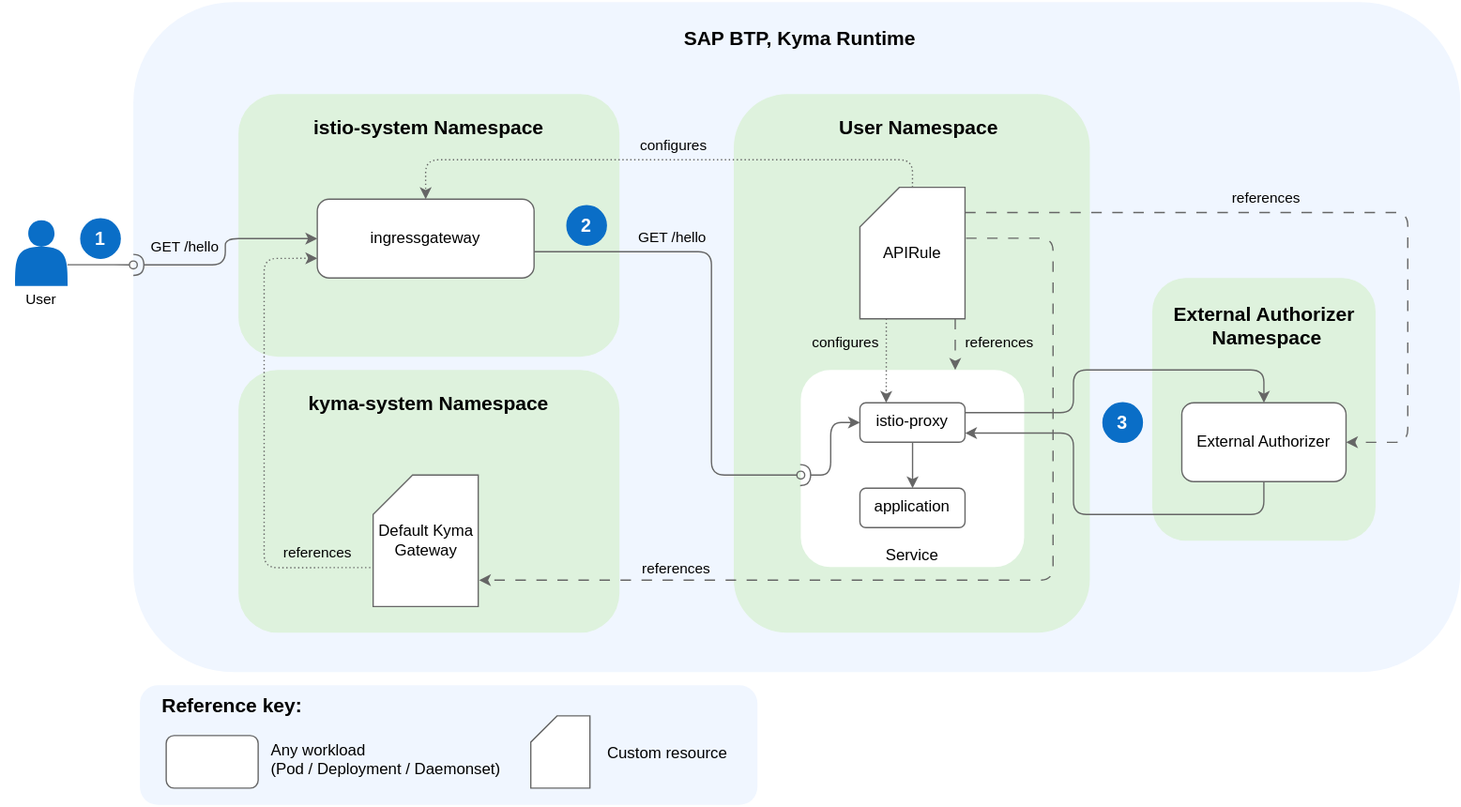
The draw.io diagram docs/assets/APIRules-extauth.drawio.svg in kyma-project/api-gateway, before a commit. Source tidied: cells renumbered, new cells last; positions are measured from the earlier drawing's top-left corner, leaving out a move shared by most shapes.
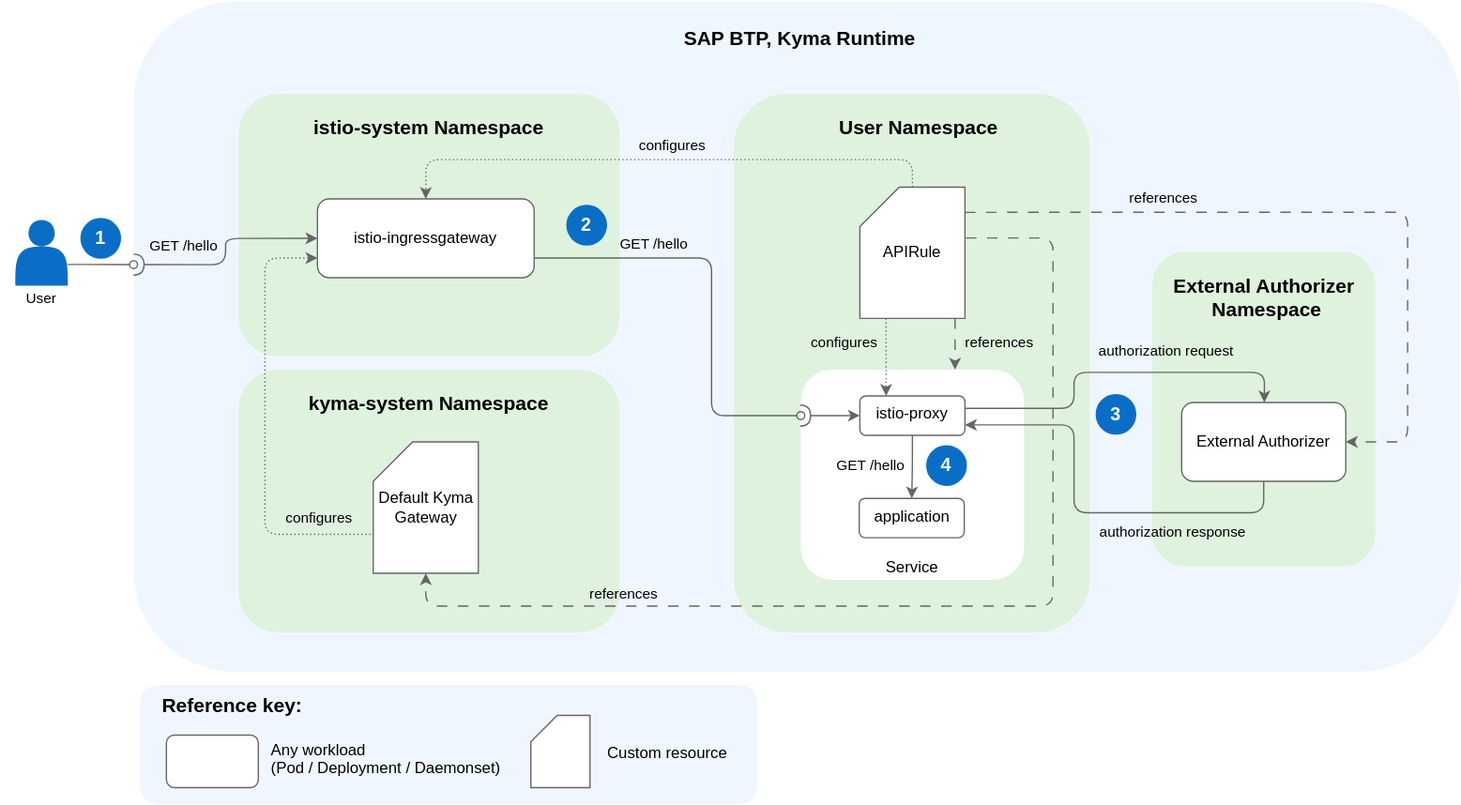
Later version of the same file.

Change to the diagram source:
```diff
@@ -33,14 +33,14 @@
     <mxCell id="8" value="&lt;font&gt;User&lt;/font&gt;" style="text;html=1;whiteSpace=wrap;strokeColor=none;fillColor=none;align=center;verticalAlign=middle;rounded=0;fontSize=11;" parent="1" vertex="1">
       <mxGeometry y="211" width="60" height="30" as="geometry" />
     </mxCell>
-    <mxCell id="9" value="ingressgateway" style="rounded=1;whiteSpace=wrap;html=1;strokeColor=#666666;" parent="1" vertex="1">
+    <mxCell id="9" value="istio-ingressgateway" style="rounded=1;whiteSpace=wrap;html=1;strokeColor=#666666;" parent="1" vertex="1">
       <mxGeometry x="240" y="150" width="165" height="60" as="geometry" />
     </mxCell>
     <mxCell id="10" style="rounded=1;whiteSpace=wrap;html=1;fillColor=#DEF2DD;strokeColor=none;fontSize=15;fontStyle=1;verticalAlign=bottom;" parent="1" vertex="1">
       <mxGeometry x="557" y="70" width="271" height="410" as="geometry" />
     </mxCell>
     <mxCell id="11" value="Service" style="rounded=1;whiteSpace=wrap;html=1;strokeColor=none;verticalAlign=bottom;" parent="1" vertex="1">
-      <mxGeometry x="608" y="280" width="170" height="150" as="geometry" />
+      <mxGeometry x="608" y="280" width="170" height="160" as="geometry" />
     </mxCell>
     <mxCell id="12" style="edgeStyle=orthogonalEdgeStyle;rounded=1;jettySize=auto;html=1;entryX=0.5;entryY=0;entryDx=0;entryDy=0;strokeColor=#666666;align=center;verticalAlign=middle;fontFamily=Helvetica;fontSize=11;fontColor=default;labelBackgroundColor=default;startArrow=none;startFill=0;endArrow=classic;curved=0;dashed=1;dashPattern=1 2;exitX=0.5;exitY=0;exitDx=0;exitDy=0;exitPerimeter=0;" parent="1" edge="1" source="16" target="9">
       <mxGeometry relative="1" as="geometry">
@@ -79,27 +79,25 @@
     <mxCell id="18" style="edgeStyle=orthogonalEdgeStyle;rounded=1;jettySize=auto;html=1;strokeColor=#666666;align=center;verticalAlign=middle;fontFamily=Helvetica;fontSize=11;fontColor=default;labelBackgroundColor=default;startArrow=none;startFill=0;endArrow=classic;curved=0;dashed=1;dashPattern=1 2;entryX=0;entryY=0.75;entryDx=0;entryDy=0;exitX=0.011;exitY=0.704;exitDx=0;exitDy=0;exitPerimeter=0;" parent="1" edge="1" source="20" target="9">
       <mxGeometry relative="1" as="geometry">
         <Array as="points">
-          <mxPoint x="283.5" y="430" />
-          <mxPoint x="199.5" y="430" />
-          <mxPoint x="199.5" y="195" />
+          <mxPoint x="200" y="405" />
+          <mxPoint x="200" y="195" />
         </Array>
       </mxGeometry>
     </mxCell>
-    <mxCell id="19" value="references" style="edgeLabel;html=1;align=center;verticalAlign=middle;fontFamily=Helvetica;fontSize=11;fontColor=default;labelBackgroundColor=none;fillColor=none;gradientColor=none;" parent="18" vertex="1">
+    <mxCell id="19" value="configures" style="edgeLabel;html=1;align=center;verticalAlign=middle;fontFamily=Helvetica;fontSize=11;fontColor=default;labelBackgroundColor=none;fillColor=none;gradientColor=none;" parent="18" vertex="1">
       <mxGeometry x="0.04" y="1" relative="1" as="geometry">
-        <mxPoint x="41" y="92" as="offset" />
+        <mxPoint x="41" y="78" as="offset" />
       </mxGeometry>
     </mxCell>
     <mxCell id="20" value="Default Kyma Gateway" style="shape=card;whiteSpace=wrap;html=1;strokeColor=#666666;" parent="1" vertex="1">
-      <mxGeometry x="282.5" y="360" width="80" height="100" as="geometry" />
+      <mxGeometry x="282.5" y="335" width="80" height="100" as="geometry" />
     </mxCell>
-    <mxCell id="21" style="edgeStyle=orthogonalEdgeStyle;rounded=1;jettySize=auto;html=1;strokeColor=#666666;align=center;verticalAlign=middle;fontFamily=Helvetica;fontSize=11;fontColor=default;labelBackgroundColor=default;startArrow=none;startFill=0;endArrow=classic;curved=0;dashed=1;dashPattern=8 8;exitX=1.01;exitY=0.387;exitDx=0;exitDy=0;exitPerimeter=0;" parent="1" edge="1" source="16">
+    <mxCell id="21" style="edgeStyle=orthogonalEdgeStyle;rounded=1;jettySize=auto;html=1;strokeColor=#666666;align=center;verticalAlign=middle;fontFamily=Helvetica;fontSize=11;fontColor=default;labelBackgroundColor=default;startArrow=none;startFill=0;endArrow=classic;curved=0;dashed=1;dashPattern=8 8;exitX=1.01;exitY=0.387;exitDx=0;exitDy=0;exitPerimeter=0;entryX=0.5;entryY=1;entryDx=0;entryDy=0;entryPerimeter=0;" parent="1" edge="1" source="16" target="20">
       <mxGeometry relative="1" as="geometry">
-        <mxPoint x="363" y="440" as="targetPoint" />
         <Array as="points">
           <mxPoint x="800" y="180" />
-          <mxPoint x="800" y="440" />
-          <mxPoint x="363" y="440" />
+          <mxPoint x="800" y="460" />
+          <mxPoint x="323" y="460" />
         </Array>
       </mxGeometry>
     </mxCell>
@@ -108,11 +106,13 @@
         <mxPoint x="-79" y="-9" as="offset" />
       </mxGeometry>
     </mxCell>
-    <mxCell id="23" style="edgeStyle=orthogonalEdgeStyle;rounded=1;jettySize=auto;html=1;strokeColor=#666666;align=center;verticalAlign=middle;fontFamily=Helvetica;fontSize=11;fontColor=default;labelBackgroundColor=default;startArrow=none;startFill=0;endArrow=oval;curved=0;endFill=0;" parent="1" edge="1" source="9" target="11">
+    <mxCell id="23" style="edgeStyle=orthogonalEdgeStyle;rounded=1;orthogonalLoop=1;jettySize=auto;html=1;strokeColor=#666666;align=center;verticalAlign=middle;fontFamily=Helvetica;fontSize=11;fontColor=default;labelBackgroundColor=default;startArrow=none;startFill=0;endArrow=oval;curved=0;endFill=0;" parent="1" edge="1">
       <mxGeometry relative="1" as="geometry">
+        <mxPoint x="405" y="195" as="sourcePoint" />
+        <mxPoint x="608" y="315" as="targetPoint" />
         <Array as="points">
-          <mxPoint x="540" y="190" />
-          <mxPoint x="540" y="360" />
+          <mxPoint x="540" y="195" />
+          <mxPoint x="540" y="315" />
         </Array>
       </mxGeometry>
     </mxCell>
@@ -140,44 +140,49 @@
       <mxGeometry relative="1" as="geometry" />
     </mxCell>
     <mxCell id="31" value="istio-proxy" style="rounded=1;whiteSpace=wrap;html=1;strokeColor=#666666;verticalAlign=top;" parent="1" vertex="1">
-      <mxGeometry x="653" y="305" width="80" height="30" as="geometry" />
+      <mxGeometry x="653" y="300" width="80" height="30" as="geometry" />
     </mxCell>
     <mxCell id="32" value="application" style="rounded=1;whiteSpace=wrap;html=1;strokeColor=#666666;verticalAlign=top;" parent="1" vertex="1">
-      <mxGeometry x="653" y="370" width="80" height="30" as="geometry" />
+      <mxGeometry x="652.5" y="378" width="80" height="30" as="geometry" />
     </mxCell>
     <mxCell id="33" style="edgeStyle=orthogonalEdgeStyle;rounded=1;jettySize=auto;html=1;entryX=0;entryY=0.5;entryDx=0;entryDy=0;strokeColor=#666666;align=center;verticalAlign=middle;fontFamily=Helvetica;fontSize=11;fontColor=default;labelBackgroundColor=default;startArrow=halfCircle;startFill=0;endArrow=classic;curved=0;" parent="1" edge="1" target="31">
       <mxGeometry relative="1" as="geometry">
-        <mxPoint x="607.5" y="360" as="sourcePoint" />
+        <mxPoint x="607.5" y="315" as="sourcePoint" />
       </mxGeometry>
     </mxCell>
     <mxCell id="34" value="&lt;font color=&quot;#ffffff&quot; size=&quot;1&quot;&gt;&lt;b style=&quot;font-size: 14px;&quot;&gt;3&lt;/b&gt;&lt;/font&gt;" style="ellipse;whiteSpace=wrap;html=1;fontSize=12;fillColor=#0a6ec7;strokeColor=#0a6ec7;" parent="1" vertex="1">
-      <mxGeometry x="838" y="305" width="30" height="30" as="geometry" />
+      <mxGeometry x="833" y="299" width="30" height="30" as="geometry" />
     </mxCell>
     <mxCell id="35" style="rounded=1;whiteSpace=wrap;html=1;fillColor=#DEF2DD;strokeColor=none;fontSize=15;fontStyle=1;verticalAlign=bottom;" parent="1" vertex="1">
-      <mxGeometry x="875.5" y="210" width="170" height="200" as="geometry" />
+      <mxGeometry x="875.5" y="190" width="170" height="240" as="geometry" />
     </mxCell>
     <mxCell id="36" value="&lt;div&gt;&lt;span style=&quot;color: rgb(0, 0, 0); font-family: Helvetica; font-size: 15px; font-style: normal; font-variant-ligatures: normal; font-variant-caps: normal; font-weight: 700; letter-spacing: normal; text-indent: 0px; text-transform: none; word-spacing: 0px; -webkit-text-stroke-width: 0px; white-space: normal; text-decoration-thickness: initial; text-decoration-style: initial; text-decoration-color: initial; float: none; display: inline !important;&quot;&gt;External Authorizer&lt;/span&gt;&lt;/div&gt;&lt;div&gt;&lt;span style=&quot;color: rgb(0, 0, 0); font-family: Helvetica; font-size: 15px; font-style: normal; font-variant-ligatures: normal; font-variant-caps: normal; font-weight: 700; letter-spacing: normal; text-indent: 0px; text-transform: none; word-spacing: 0px; -webkit-text-stroke-width: 0px; white-space: normal; text-decoration-thickness: initial; text-decoration-style: initial; text-decoration-color: initial; float: none; display: inline !important;&quot;&gt;&amp;nbsp;Namespace&lt;/span&gt;&lt;/div&gt;" style="text;whiteSpace=wrap;html=1;labelBackgroundColor=none;align=center;" parent="1" vertex="1">
-      <mxGeometry x="880.5" y="222" width="160" height="40" as="geometry" />
+      <mxGeometry x="880.5" y="201" width="160" height="40" as="geometry" />
     </mxCell>
-    <mxCell id="37" style="edgeStyle=orthogonalEdgeStyle;rounded=1;jettySize=auto;html=1;entryX=1;entryY=0.75;entryDx=0;entryDy=0;strokeColor=#666666;align=center;verticalAlign=middle;fontFamily=Helvetica;fontSize=11;fontColor=default;labelBackgroundColor=default;startArrow=none;startFill=0;endArrow=classic;curved=0;" parent="1" edge="1" source="38" target="31">
+    <mxCell id="37" style="edgeStyle=orthogonalEdgeStyle;rounded=1;orthogonalLoop=1;jettySize=auto;html=1;entryX=1;entryY=0.75;entryDx=0;entryDy=0;strokeColor=#666666;align=center;verticalAlign=middle;fontFamily=Helvetica;fontSize=11;fontColor=default;labelBackgroundColor=default;startArrow=none;startFill=0;endArrow=classic;curved=0;" parent="1" edge="1">
       <mxGeometry relative="1" as="geometry">
+        <mxPoint x="960.5" y="364" as="sourcePoint" />
+        <mxPoint x="733" y="321.5" as="targetPoint" />
         <Array as="points">
-          <mxPoint x="960.5" y="390" />
-          <mxPoint x="815.5" y="390" />
-          <mxPoint x="815.5" y="328" />
-          <mxPoint x="732.5" y="328" />
+          <mxPoint x="960" y="389" />
+          <mxPoint x="816" y="389" />
+          <mxPoint x="816" y="322" />
+          <mxPoint x="733" y="322" />
         </Array>
       </mxGeometry>
     </mxCell>
     <mxCell id="38" value="External Authorizer" style="rounded=1;whiteSpace=wrap;html=1;strokeColor=#666666;" parent="1" vertex="1">
       <mxGeometry x="898" y="305" width="125" height="60" as="geometry" />
     </mxCell>
-    <mxCell id="39" style="edgeStyle=orthogonalEdgeStyle;rounded=1;jettySize=auto;html=1;strokeColor=#666666;align=center;verticalAlign=middle;fontFamily=Helvetica;fontSize=11;fontColor=default;labelBackgroundColor=default;startArrow=none;startFill=0;endArrow=classic;curved=0;exitX=1;exitY=0.25;exitDx=0;exitDy=0;entryX=0.5;entryY=0;entryDx=0;entryDy=0;" parent="1" edge="1" source="31" target="38">
+    <mxCell id="39" style="edgeStyle=orthogonalEdgeStyle;rounded=1;orthogonalLoop=1;jettySize=auto;html=1;strokeColor=#666666;align=center;verticalAlign=middle;fontFamily=Helvetica;fontSize=11;fontColor=default;labelBackgroundColor=default;startArrow=none;startFill=0;endArrow=classic;curved=0;exitX=1;exitY=0.25;exitDx=0;exitDy=0;" parent="1" edge="1">
       <mxGeometry relative="1" as="geometry">
+        <mxPoint x="733" y="309.5" as="sourcePoint" />
+        <mxPoint x="961" y="305" as="targetPoint" />
         <Array as="points">
-          <mxPoint x="815.5" y="312" />
-          <mxPoint x="815.5" y="280" />
-          <mxPoint x="960.5" y="280" />
+          <mxPoint x="816" y="310" />
+          <mxPoint x="816" y="282" />
+          <mxPoint x="961" y="282" />
+          <mxPoint x="961" y="305" />
         </Array>
       </mxGeometry>
     </mxCell>
@@ -220,8 +225,22 @@
     </mxCell>
     <mxCell id="50" value="references" style="edgeLabel;html=1;align=center;verticalAlign=middle;fontFamily=Helvetica;fontSize=11;fontColor=default;labelBackgroundColor=none;fillColor=none;gradientColor=none;" parent="49" vertex="1">
       <mxGeometry x="0.4" y="-1" relative="1" as="geometry">
-        <mxPoint x="-108" y="-67" as="offset" />
+        <mxPoint x="-186" y="-67" as="offset" />
       </mxGeometry>
     </mxCell>
+    <mxCell id="51" value="&lt;font color=&quot;#ffffff&quot; size=&quot;1&quot;&gt;&lt;b style=&quot;font-size: 14px;&quot;&gt;4&lt;/b&gt;&lt;/font&gt;" style="ellipse;whiteSpace=wrap;html=1;fontSize=12;fillColor=#0a6ec7;strokeColor=#0a6ec7;" parent="1" vertex="1">
+      <mxGeometry x="704" y="338" width="30" height="30" as="geometry" />
+    </mxCell>
+    <mxCell id="52" value="GET /hello" style="edgeLabel;html=1;align=center;verticalAlign=middle;fontFamily=Helvetica;fontSize=11;fontColor=default;labelBackgroundColor=none;fillColor=none;gradientColor=none;" parent="1" vertex="1">
+      <mxGeometry x="661" y="352" as="geometry">
+        <mxPoint x="-1" as="offset" />
+      </mxGeometry>
+    </mxCell>
+    <mxCell id="53" value="authorization request" style="edgeLabel;html=1;align=center;verticalAlign=middle;fontFamily=Helvetica;fontSize=11;fontColor=default;labelBackgroundColor=none;fillColor=none;gradientColor=none;" parent="1" vertex="1">
+      <mxGeometry x="885.5" y="265" as="geometry" />
+    </mxCell>
+    <mxCell id="54" value="authorization response" style="edgeLabel;html=1;align=center;verticalAlign=middle;fontFamily=Helvetica;fontSize=11;fontColor=default;labelBackgroundColor=none;fillColor=none;gradientColor=none;" parent="1" vertex="1">
+      <mxGeometry x="890" y="403" as="geometry" />
+    </mxCell>
   </root>
 </mxGraphModel>
```
